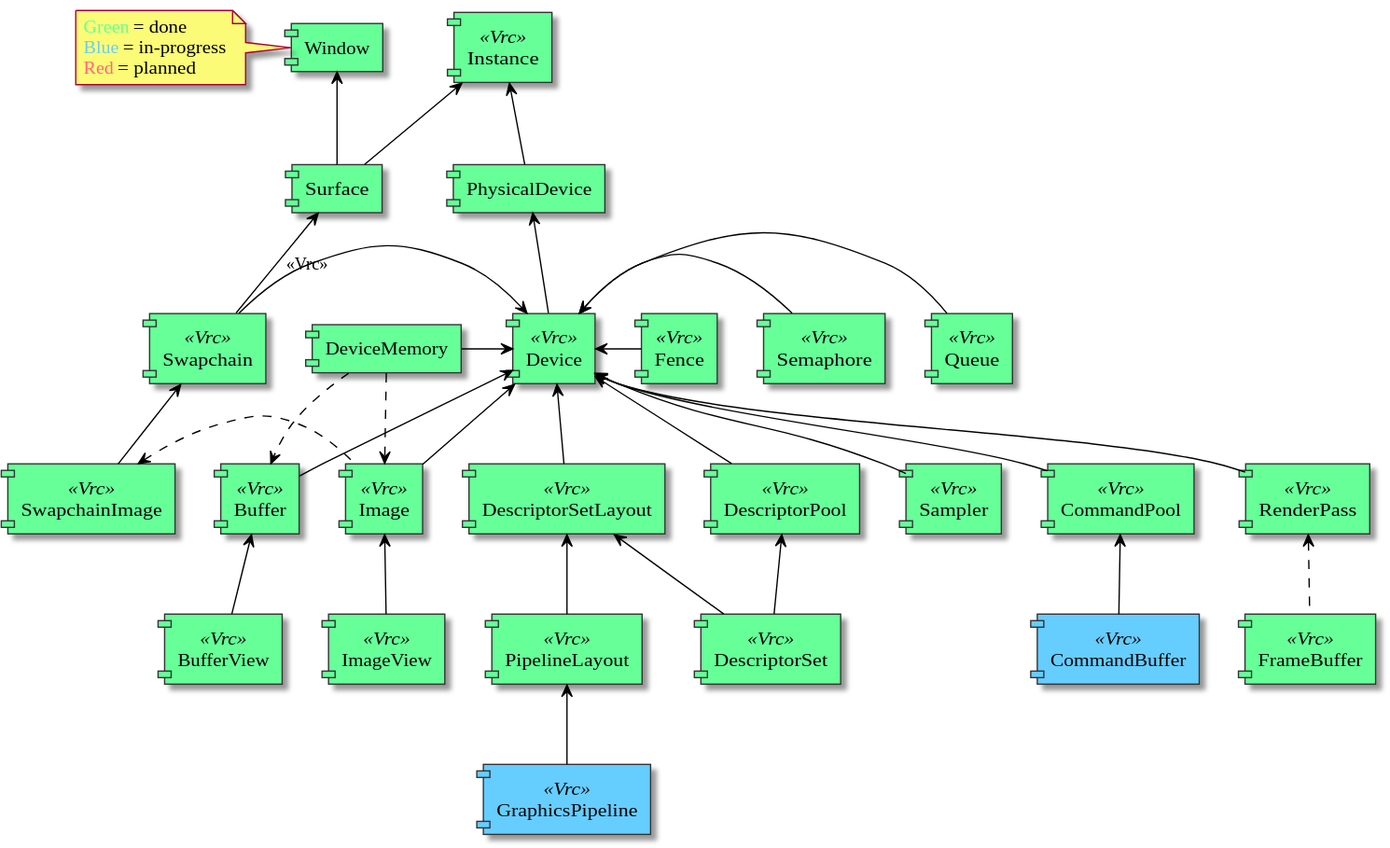
The PlantUML diagram assets/diagrams/object_dependency_graph.svg in vulkayes/vulkayes-thesis, before a commit.
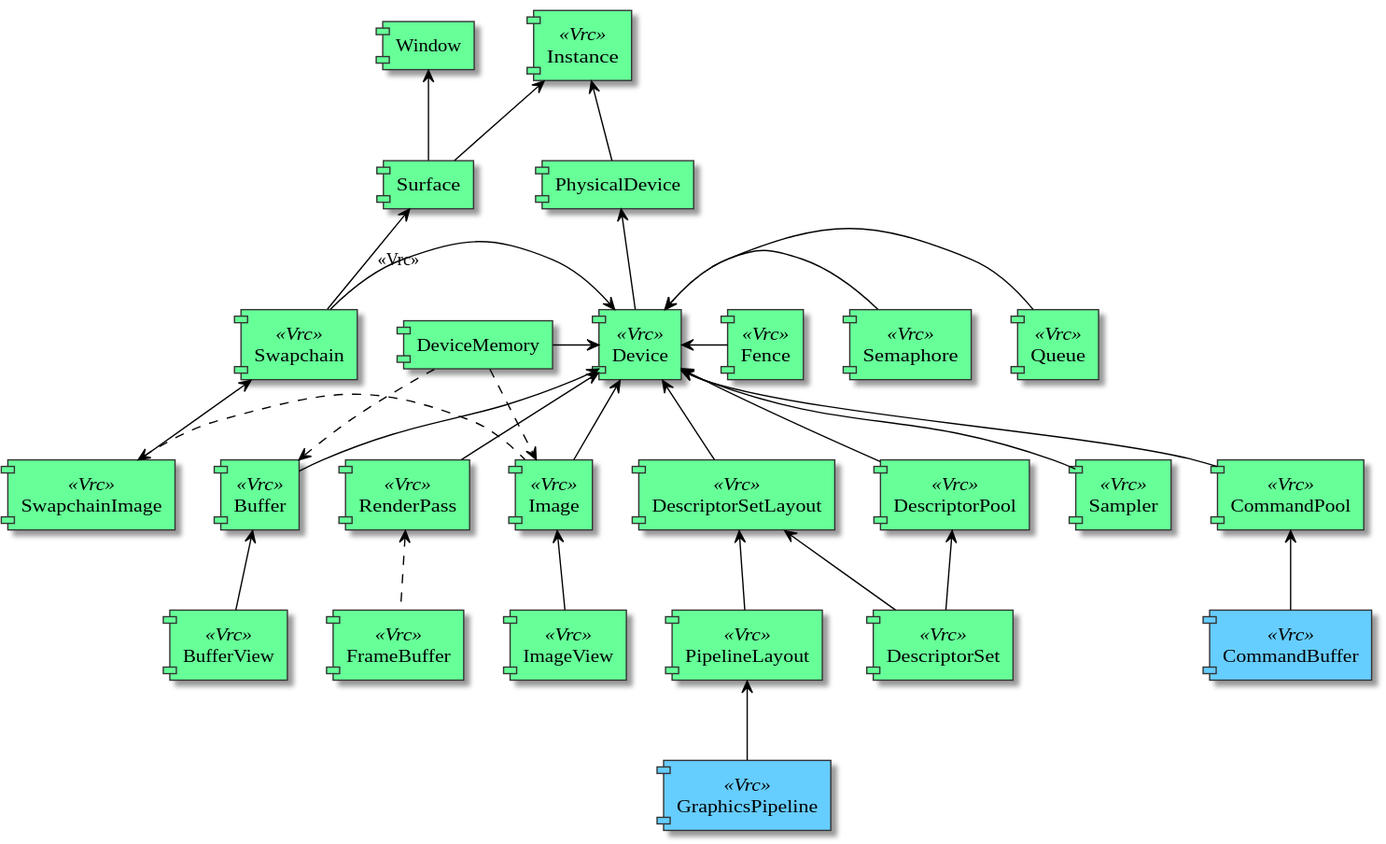
Above is the later version.

Diff of the diagram source:
```diff
@@ -8,11 +8,6 @@
 	ComponentBorderThickness 1
 }
 
-note left of [Window]
-	<color 66FF98>Green</color> = done
-	<color 66CDFF>Blue</color> = in-progress
-	<color FF6680>Red</color> = planned
-end note
 
 component [Instance] <<Vrc>> #66FF98
 component [Window] #66FF98
```
